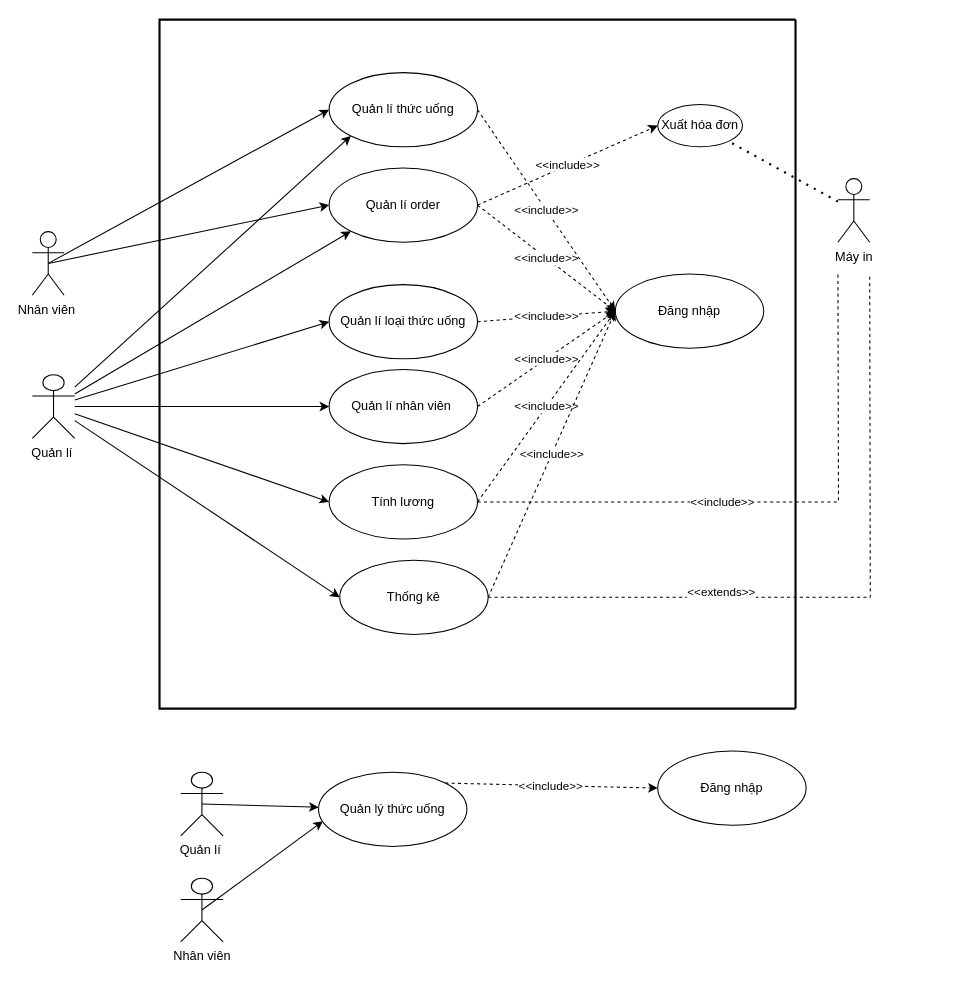
TruongNguyenYenNhi/PTTK-QL-b-n-h-ng keeps this draw.io diagram as Draw.io/usecase tổng.drawio. Above is the earlier version. Source tidied: cells renumbered, new cells numbered last; positions are measured from the earlier drawing's top-left corner, leaving out a move shared by most shapes. Both pictures are drawn from the tidied source at 106%, with x=0, y=0 at pixel (32, 19).
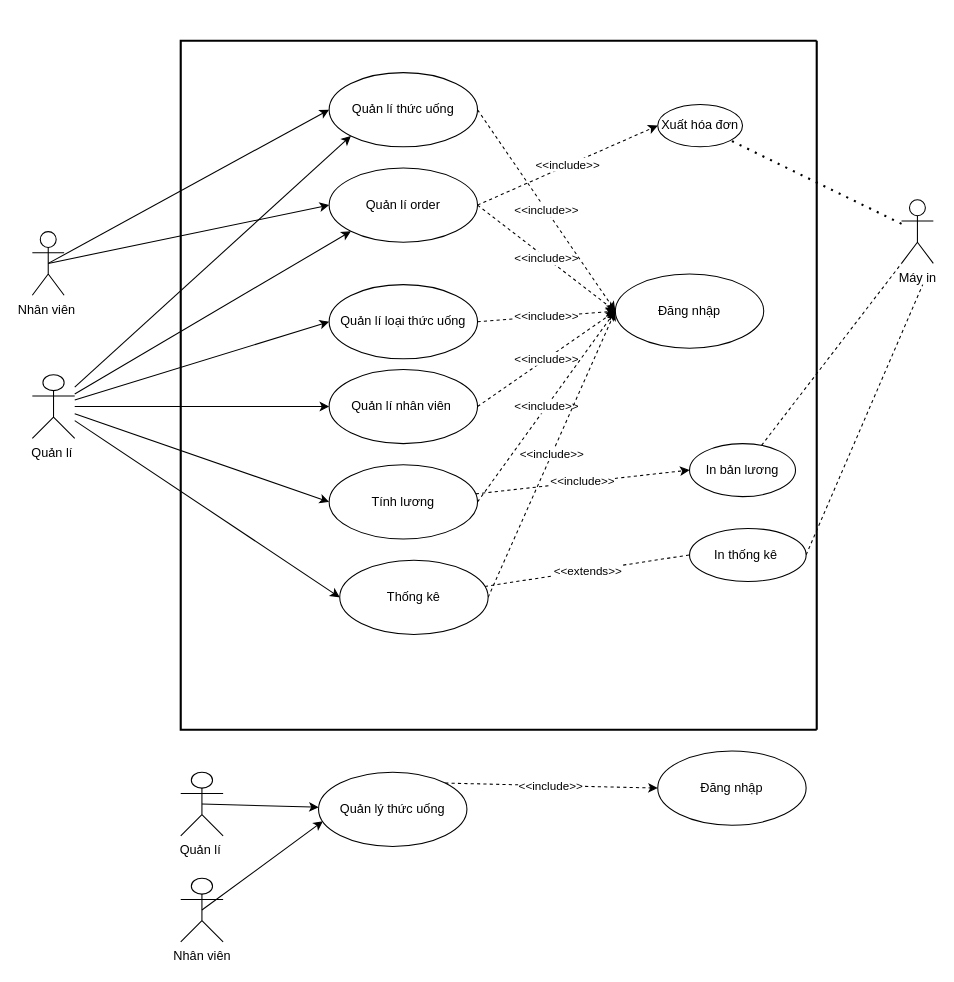
The same page after the edit.

The change refers to these unchanged cells:
```xml
<mxCell id="25" value="Tính lương" style="ellipse;whiteSpace=wrap;html=1;" parent="1" vertex="1">
  <mxGeometry x="280" y="420" width="140" height="70" as="geometry" />
</mxCell>
<mxCell id="30" value="Thống kê" style="ellipse;whiteSpace=wrap;html=1;" parent="1" vertex="1">
  <mxGeometry x="290" y="510" width="140" height="70" as="geometry" />
</mxCell>
```

What changed in the source:
```diff
@@
     <mxCell id="18" value="Máy in" style="shape=umlActor;verticalLabelPosition=bottom;verticalAlign=top;html=1;" parent="1" vertex="1">
-      <mxGeometry x="760" y="150" width="30" height="60" as="geometry" />
+      <mxGeometry x="820" y="170" width="30" height="60" as="geometry" />
     </mxCell>
@@
     <mxCell id="21" style="strokeWidth=2;html=1;shape=mxgraph.flowchart.annotation_1;align=left;" parent="1" vertex="1">
-      <mxGeometry x="120" width="600" height="650" as="geometry" />
+      <mxGeometry x="140" y="20" width="600" height="650" as="geometry" />
     </mxCell>
@@
-    <mxCell id="24" value="&amp;lt;&amp;lt;include&amp;gt;&amp;gt;" style="edgeStyle=orthogonalEdgeStyle;rounded=0;jettySize=auto;html=1;dashed=1;endArrow=none;endFill=0;exitX=1;exitY=0.5;exitDx=0;exitDy=0;" parent="1" edge="1" source="25">
-      <mxGeometry x="-0.17" relative="1" as="geometry">
-        <mxPoint x="760" y="240" as="targetPoint" />
-      </mxGeometry>
+    <mxCell id="24" value="&amp;lt;&amp;lt;include&amp;gt;&amp;gt;" style="rounded=0;jettySize=auto;html=1;entryX=0;entryY=0.5;entryDx=0;entryDy=0;dashed=1;" parent="1" edge="1" source="25" target="41">
+      <mxGeometry relative="1" as="geometry" />
     </mxCell>
@@
-    <mxCell id="29" value="&amp;lt;&amp;lt;extends&amp;gt;&amp;gt;" style="edgeStyle=orthogonalEdgeStyle;rounded=0;jettySize=auto;html=1;dashed=1;endArrow=none;endFill=0;" parent="1" edge="1" source="30">
-      <mxGeometry x="-0.34" y="5" relative="1" as="geometry">
-        <mxPoint x="790" y="240" as="targetPoint" />
-      </mxGeometry>
+    <mxCell id="29" value="&amp;lt;&amp;lt;extends&amp;gt;&amp;gt;" style="edgeStyle=none;rounded=0;jettySize=auto;html=1;entryX=0;entryY=0.5;entryDx=0;entryDy=0;dashed=1;endArrow=none;endFill=0;" parent="1" edge="1" source="30" target="43">
+      <mxGeometry relative="1" as="geometry" />
     </mxCell>
@@
+    <mxCell id="40" style="edgeStyle=none;rounded=0;jettySize=auto;html=1;dashed=1;endArrow=none;endFill=0;entryX=0;entryY=1;entryDx=0;entryDy=0;entryPerimeter=0;" parent="1" edge="1" source="41" target="18">
+      <mxGeometry relative="1" as="geometry" />
+    </mxCell>
+    <mxCell id="41" value="In bản lương" style="ellipse;whiteSpace=wrap;html=1;" parent="1" vertex="1">
+      <mxGeometry x="620" y="400" width="100" height="50" as="geometry" />
+    </mxCell>
+    <mxCell id="42" style="edgeStyle=none;rounded=0;jettySize=auto;html=1;dashed=1;endArrow=none;endFill=0;exitX=1;exitY=0.5;exitDx=0;exitDy=0;" parent="1" edge="1" source="43">
+      <mxGeometry relative="1" as="geometry">
+        <mxPoint x="840" y="250" as="targetPoint" />
+      </mxGeometry>
+    </mxCell>
+    <mxCell id="43" value="In thống kê&amp;nbsp;" style="ellipse;whiteSpace=wrap;html=1;" parent="1" vertex="1">
+      <mxGeometry x="620" y="480" width="110" height="50" as="geometry" />
+    </mxCell>
```
